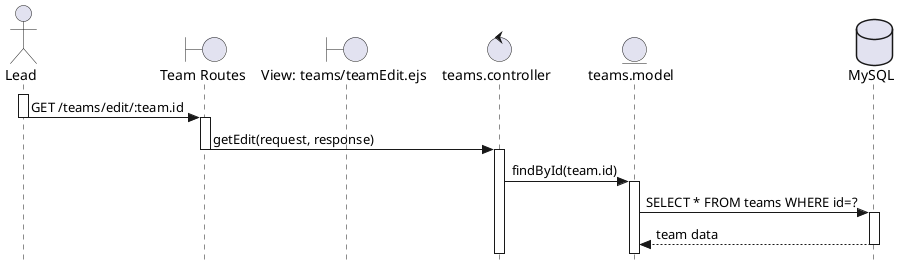
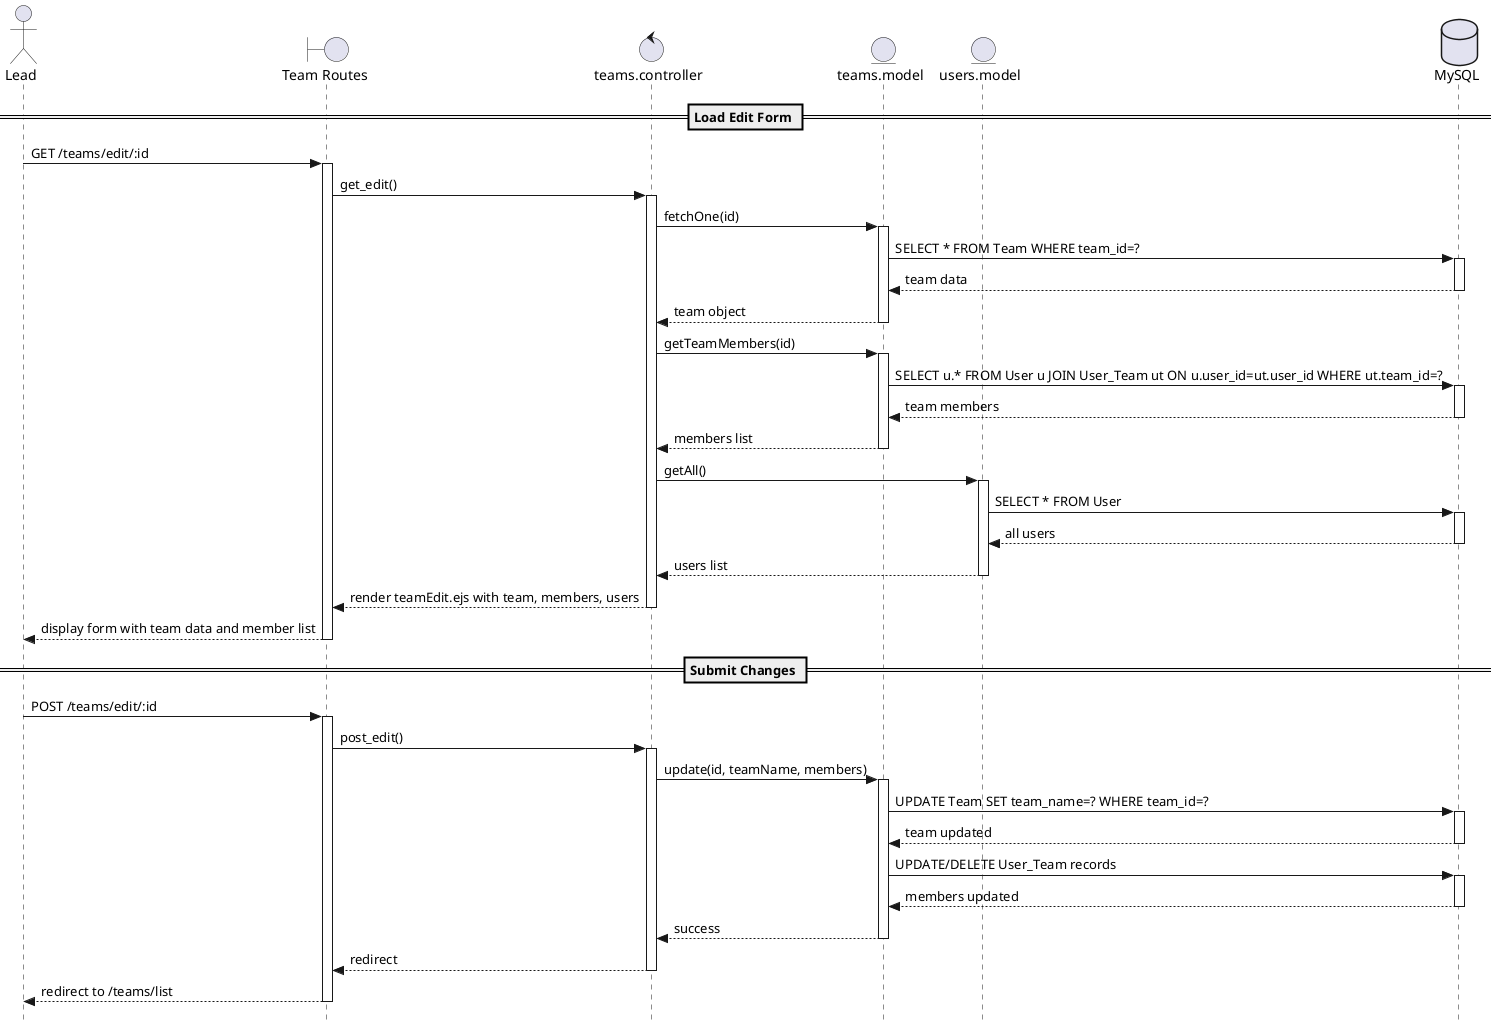
@startuml
skinparam style strictuml

actor Lead as U
boundary "Team Routes" as RO
- boundary "View: teams/teamEdit.ejs" as V
control "teams.controller" as C
- entity "teams.model" as PM
+ entity "teams.model" as M
+ entity "users.model" as UM
database "MySQL" as BD

- activate U
- U -> RO: GET /teams/edit/:team.id
- deactivate U
+ == Load Edit Form ==
+ U -> RO: GET /teams/edit/:id
+ activate RO
+ RO -> C: get_edit()
+ activate C

- activate RO
- RO -> C: getEdit(request, response)
+ C -> M: fetchOne(id)
+ activate M
+ M -> BD: SELECT * FROM Team WHERE team_id=?
+ activate BD
+ BD --> M: team data
+ deactivate BD
+ M --> C: team object
+ deactivate M
+ 
+ C -> M: getTeamMembers(id)
+ activate M
+ M -> BD: SELECT u.* FROM User u JOIN User_Team ut ON u.user_id=ut.user_id WHERE ut.team_id=?
+ activate BD
+ BD --> M: team members
+ deactivate BD
+ M --> C: members list
+ deactivate M
+ 
+ C -> UM: getAll()
+ activate UM
+ UM -> BD: SELECT * FROM User
+ activate BD
+ BD --> UM: all users
+ deactivate BD
+ UM --> C: users list
+ deactivate UM
+ 
+ C --> RO: render teamEdit.ejs with team, members, users
+ deactivate C
+ RO --> U: display form with team data and member list
deactivate RO

+ == Submit Changes ==
+ U -> RO: POST /teams/edit/:id
+ activate RO
+ RO -> C: post_edit()
activate C
- C -> PM: findById(team.id)
- activate PM

- PM -> BD: SELECT * FROM teams WHERE id=?
+ C -> M: update(id, teamName, members)
+ activate M
+ M -> BD: UPDATE Team SET team_name=? WHERE team_id=?
activate BD
- BD --> PM: team data
+ BD --> M: team updated
deactivate BD
+ 
+ M -> BD: UPDATE/DELETE User_Team records
+ activate BD
+ BD --> M: members updated
+ deactivate BD
+ M --> C: success
+ deactivate M
+ 
+ C --> RO: redirect
+ deactivate C
+ RO --> U: redirect to /teams/list
+ deactivate RO
